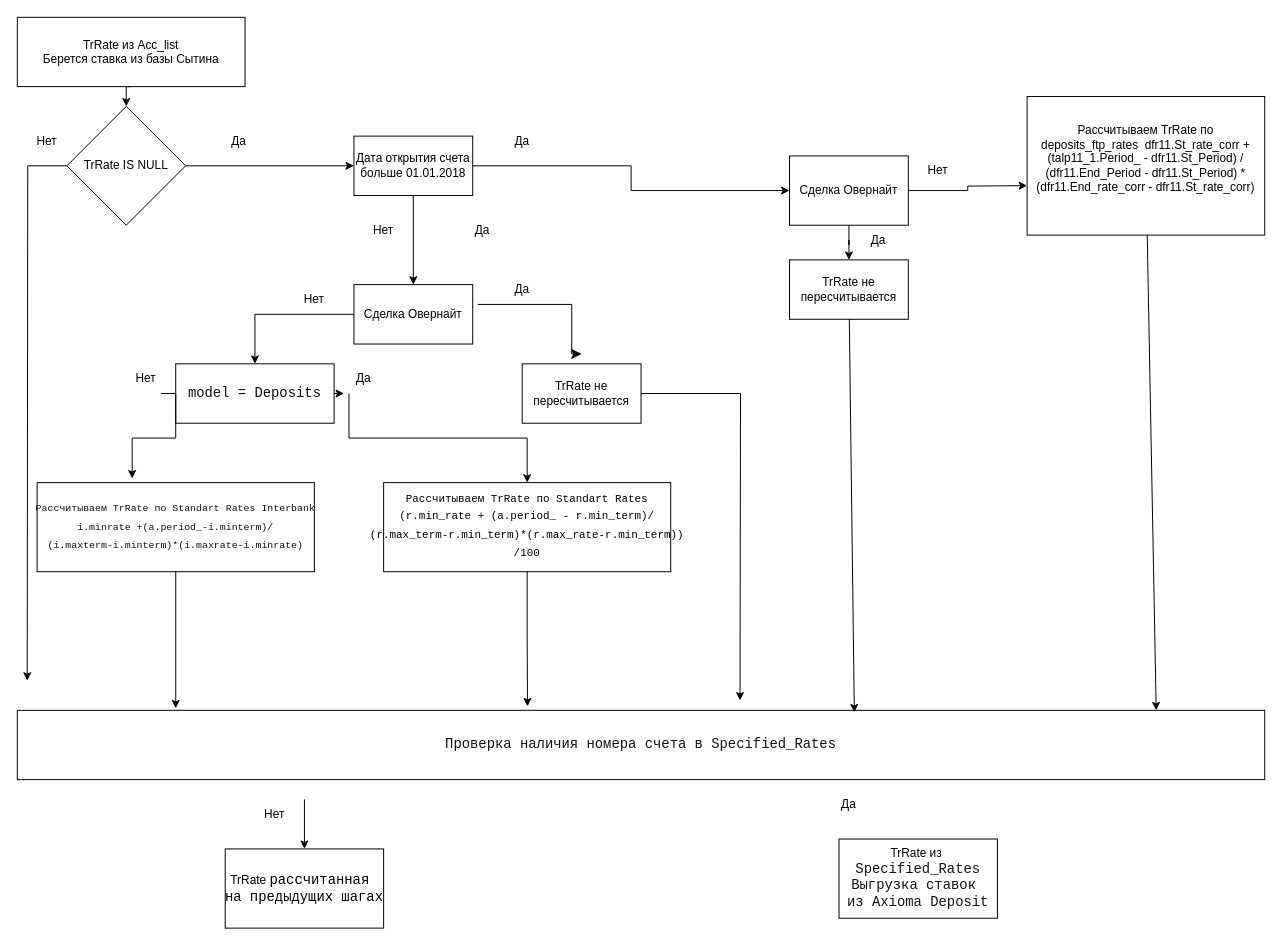
Before: page "Депозит" (1 of 2) of Диаграмма без названия.drawio in NATALYAAAAAAAA/potter, a draw.io diagram. Source tidied: cells renumbered, new cells numbered last; positions are measured from the earlier drawing's top-left corner, leaving out a move shared by most shapes. Both pictures are drawn from the tidied source at 99%, with x=0, y=0 at pixel (17, 17).
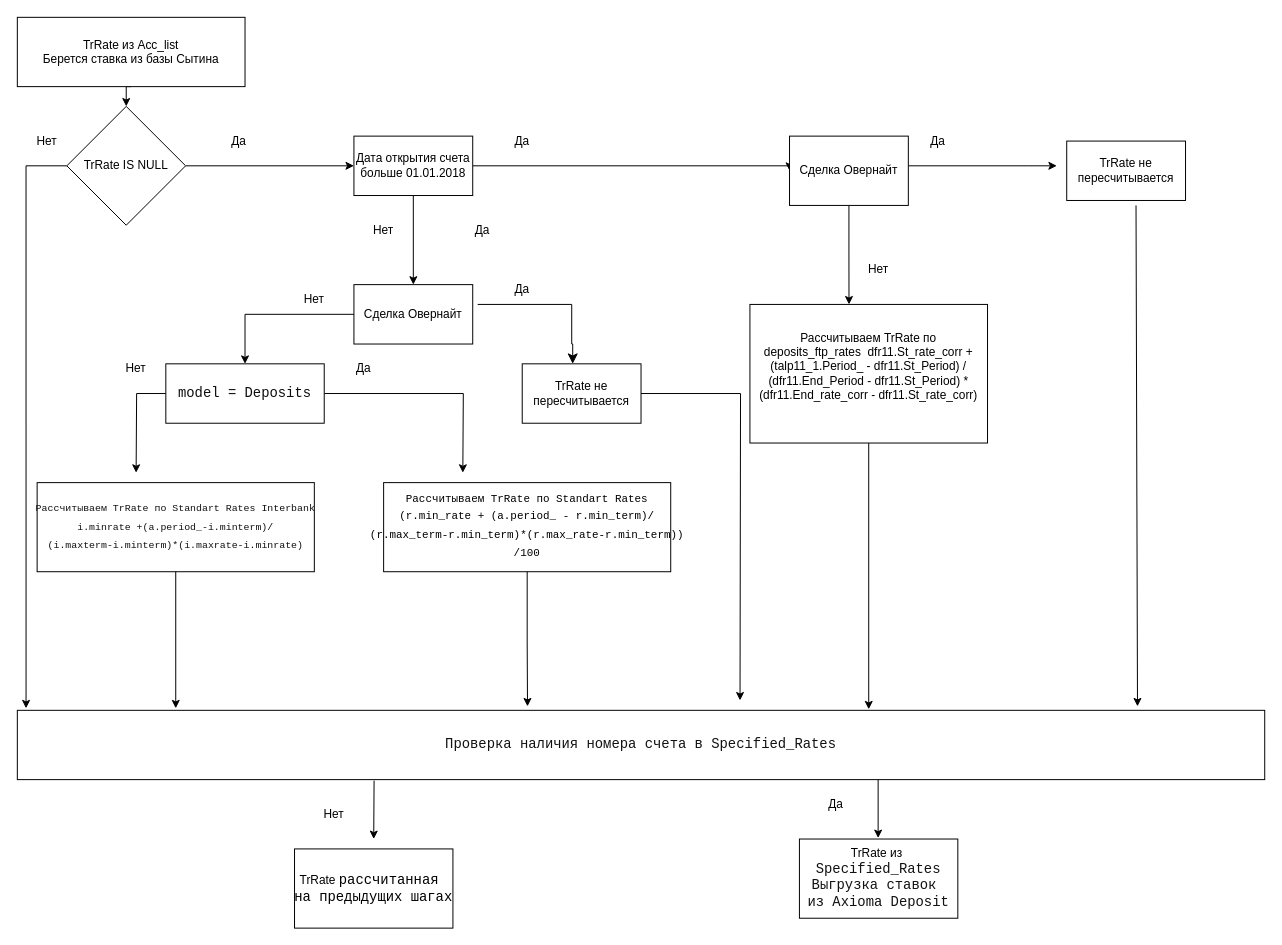
Above is the later version.

Unchanged cells that the change refers to:
```xml
<mxCell id="6" value="TrRate IS NULL" style="rhombus;whiteSpace=wrap;html=1;" parent="1" vertex="1">
  <mxGeometry x="50" y="90" width="120" height="120" as="geometry" />
</mxCell>
<mxCell id="7" value="&lt;div style=&quot;line-height: 19px;&quot;&gt;&lt;font face=&quot;Consolas, Courier New, monospace&quot; style=&quot;color: light-dark(rgb(18, 18, 18), rgb(62, 62, 62));&quot;&gt;&lt;span style=&quot;font-size: 14px; white-space: pre;&quot;&gt;Проверка наличия номера счета в Specified_Rates&lt;/span&gt;&lt;/font&gt;&lt;/div&gt;" style="rounded=0;whiteSpace=wrap;html=1;" parent="1" vertex="1">
  <mxGeometry y="700" width="1260" height="70" as="geometry" />
</mxCell>
<mxCell id="14" value="Дата открытия счета больше 01.01.2018" style="rounded=0;whiteSpace=wrap;html=1;" parent="1" vertex="1">
  <mxGeometry x="340" y="120" width="120" height="60" as="geometry" />
</mxCell>
<mxCell id="36" value="&lt;div style=&quot;font-family: Consolas, &amp;quot;Courier New&amp;quot;, monospace; line-height: 19px; white-space: pre;&quot;&gt;&lt;font style=&quot;color: light-dark(rgb(18, 17, 17), rgb(62, 62, 62)); font-size: 10px;&quot;&gt;Рассчитываем TrRate по Standart Rates Interbank&lt;/font&gt;&lt;/div&gt;&lt;div style=&quot;font-family: Consolas, &amp;quot;Courier New&amp;quot;, monospace; line-height: 19px; white-space: pre;&quot;&gt;&lt;font style=&quot;color: light-dark(rgb(18, 17, 17), rgb(62, 62, 62)); font-size: 10px;&quot;&gt;i.minrate +(a.period_-i.minterm)/&lt;/font&gt;&lt;/div&gt;&lt;div style=&quot;font-family: Consolas, &amp;quot;Courier New&amp;quot;, monospace; line-height: 19px; white-space: pre;&quot;&gt;&lt;font style=&quot;color: light-dark(rgb(18, 17, 17), rgb(62, 62, 62)); font-size: 10px;&quot;&gt;(i.maxterm-i.minterm)*(i.maxrate-i.minrate)&lt;/font&gt;&lt;/div&gt;" style="rounded=0;whiteSpace=wrap;html=1;" parent="1" vertex="1">
  <mxGeometry x="20" y="470" width="280" height="90" as="geometry" />
</mxCell>
<mxCell id="38" value="&lt;span style=&quot;font-family: Consolas, &amp;quot;Courier New&amp;quot;, monospace; white-space: pre; background-color: light-dark(#ffffff, var(--ge-dark-color, #121212));&quot;&gt;&lt;font style=&quot;font-size: 11px;&quot;&gt;Рассчитываем TrRate по Standart Rates&lt;/font&gt;&lt;/span&gt;&lt;div&gt;&lt;span style=&quot;font-family: Consolas, &amp;quot;Courier New&amp;quot;, monospace; white-space: pre; background-color: light-dark(#ffffff, var(--ge-dark-color, #121212));&quot;&gt;&lt;div style=&quot;line-height: 19px;&quot;&gt;&lt;font style=&quot;color: rgb(0, 0, 0); font-size: 11px;&quot;&gt;(r.min_rate + (a.period_ - r.min_term)/&lt;/font&gt;&lt;/div&gt;&lt;div style=&quot;line-height: 19px;&quot;&gt;&lt;font style=&quot;color: rgb(0, 0, 0); font-size: 11px;&quot;&gt;(r.max_term-r.min_term)*(r.max_rate-r.min_term))&lt;/font&gt;&lt;/div&gt;&lt;div style=&quot;line-height: 19px;&quot;&gt;&lt;font style=&quot;color: rgb(0, 0, 0); font-size: 11px;&quot;&gt;/100&lt;/font&gt;&lt;/div&gt;&lt;/span&gt;&lt;/div&gt;" style="rounded=0;whiteSpace=wrap;html=1;" parent="1" vertex="1">
  <mxGeometry x="370" y="470" width="290" height="90" as="geometry" />
</mxCell>
<mxCell id="44" value="TrRate не пересчитывается" style="rounded=0;whiteSpace=wrap;html=1;" parent="1" vertex="1">
  <mxGeometry x="510" y="350" width="120" height="60" as="geometry" />
</mxCell>
```

Change to the diagram source:
```diff
@@
-    <mxCell id="5" style="edgeStyle=orthogonalEdgeStyle;rounded=0;jettySize=auto;html=1;" parent="1" edge="1" source="6">
+    <mxCell id="5" style="edgeStyle=orthogonalEdgeStyle;rounded=0;jettySize=auto;html=1;entryX=0.007;entryY=-0.029;entryDx=0;entryDy=0;entryPerimeter=0;exitX=0;exitY=0.5;exitDx=0;exitDy=0;" parent="1" edge="1" source="6" target="7">
       <mxGeometry relative="1" as="geometry">
-        <mxPoint x="10" y="670" as="targetPoint" />
+        <Array as="points">
+          <mxPoint x="9" y="150" />
+        </Array>
       </mxGeometry>
     </mxCell>
@@
     <mxCell id="8" value="TrRate из&amp;nbsp;&lt;div&gt;&lt;span style=&quot;color: rgb(18, 18, 18); font-family: Consolas, &amp;quot;Courier New&amp;quot;, monospace; font-size: 14px; white-space: pre;&quot;&gt;Specified_Rates&lt;/span&gt;&lt;/div&gt;&lt;div&gt;&lt;span style=&quot;color: rgb(18, 18, 18); font-family: Consolas, &amp;quot;Courier New&amp;quot;, monospace; font-size: 14px; white-space: pre;&quot;&gt;Выгрузка ставок &lt;/span&gt;&lt;/div&gt;&lt;div&gt;&lt;span style=&quot;color: rgb(18, 18, 18); font-family: Consolas, &amp;quot;Courier New&amp;quot;, monospace; font-size: 14px; white-space: pre;&quot;&gt;из Axioma Deposit&lt;/span&gt;&lt;/div&gt;" style="rounded=0;whiteSpace=wrap;html=1;" parent="1" vertex="1">
-      <mxGeometry x="830" y="830" width="160" height="80" as="geometry" />
+      <mxGeometry x="790" y="830" width="160" height="80" as="geometry" />
     </mxCell>
     <mxCell id="9" value="&lt;font style=&quot;color: rgb(0, 0, 0);&quot;&gt;TrRate &lt;font face=&quot;Consolas, Courier New, monospace&quot;&gt;&lt;span style=&quot;font-size: 14px; white-space: pre;&quot;&gt;рассчитанная &lt;/span&gt;&lt;/font&gt;&lt;/font&gt;&lt;div&gt;&lt;font style=&quot;color: rgb(0, 0, 0);&quot;&gt;&lt;font face=&quot;Consolas, Courier New, monospace&quot;&gt;&lt;span style=&quot;font-size: 14px; white-space: pre;&quot;&gt;на предыдущих шагах&lt;/span&gt;&lt;/font&gt;&lt;/font&gt;&lt;/div&gt;" style="rounded=0;whiteSpace=wrap;html=1;" parent="1" vertex="1">
-      <mxGeometry x="210" y="840" width="160" height="80" as="geometry" />
+      <mxGeometry x="280" y="840" width="160" height="80" as="geometry" />
     </mxCell>
@@
     <mxCell id="12" style="edgeStyle=orthogonalEdgeStyle;rounded=0;jettySize=auto;html=1;exitX=1;exitY=0.5;exitDx=0;exitDy=0;entryX=0;entryY=0.5;entryDx=0;entryDy=0;" parent="1" edge="1" source="14" target="25">
-      <mxGeometry relative="1" as="geometry" />
+      <mxGeometry relative="1" as="geometry">
+        <Array as="points">
+          <mxPoint x="780" y="150" />
+        </Array>
+      </mxGeometry>
     </mxCell>
@@
-    <mxCell id="21" style="edgeStyle=orthogonalEdgeStyle;rounded=0;jettySize=auto;html=1;exitX=1;exitY=0.5;exitDx=0;exitDy=0;" parent="1" edge="1" source="22">
-      <mxGeometry relative="1" as="geometry">
-        <mxPoint x="330" y="380" as="targetPoint" />
-      </mxGeometry>
-    </mxCell>
+    <mxCell id="47" style="edgeStyle=orthogonalEdgeStyle;rounded=0;jettySize=auto;html=1;" parent="1" edge="1" source="22">
+      <mxGeometry relative="1" as="geometry">
+        <mxPoint x="120" y="460" as="targetPoint" />
+      </mxGeometry>
+    </mxCell>
+    <mxCell id="48" style="edgeStyle=orthogonalEdgeStyle;rounded=0;jettySize=auto;html=1;exitX=1;exitY=0.5;exitDx=0;exitDy=0;" parent="1" edge="1" source="22">
+      <mxGeometry relative="1" as="geometry">
+        <mxPoint x="450" y="460" as="targetPoint" />
+      </mxGeometry>
+    </mxCell>
     <mxCell id="22" value="&lt;div style=&quot;font-family: Consolas, &amp;quot;Courier New&amp;quot;, monospace; font-size: 14px; line-height: 19px; white-space: pre;&quot;&gt;&lt;span&gt;&lt;font style=&quot;color: light-dark(rgb(13, 13, 13), rgb(62, 62, 62));&quot;&gt;model = Deposits&lt;/font&gt;&lt;/span&gt;&lt;/div&gt;" style="rounded=0;whiteSpace=wrap;html=1;" parent="1" vertex="1">
-      <mxGeometry x="160" y="350" width="160" height="60" as="geometry" />
+      <mxGeometry x="150" y="350" width="160" height="60" as="geometry" />
     </mxCell>
     <mxCell id="23" style="edgeStyle=orthogonalEdgeStyle;rounded=0;jettySize=auto;html=1;" parent="1" edge="1" source="25">
       <mxGeometry relative="1" as="geometry">
-        <mxPoint x="1020" y="170" as="targetPoint" />
+        <mxPoint x="1050" y="150" as="targetPoint" />
+        <Array as="points">
+          <mxPoint x="1020" y="150" />
+        </Array>
       </mxGeometry>
     </mxCell>
-    <mxCell id="24" style="edgeStyle=orthogonalEdgeStyle;rounded=0;jettySize=auto;html=1;" parent="1" edge="1" source="25" target="27">
+    <mxCell id="24" style="edgeStyle=orthogonalEdgeStyle;rounded=0;jettySize=auto;html=1;entryX=0.417;entryY=0;entryDx=0;entryDy=0;entryPerimeter=0;" parent="1" edge="1" source="25" target="29">
       <mxGeometry relative="1" as="geometry" />
     </mxCell>
     <mxCell id="25" value="Сделка Овернайт" style="rounded=0;whiteSpace=wrap;html=1;" parent="1" vertex="1">
-      <mxGeometry x="780" y="140" width="120" height="70" as="geometry" />
+      <mxGeometry x="780" y="120" width="120" height="70" as="geometry" />
     </mxCell>
     <mxCell id="26" value="Нет" style="text;html=1;whiteSpace=wrap;strokeColor=none;fillColor=none;align=center;verticalAlign=middle;rounded=0;" parent="1" vertex="1">
-      <mxGeometry x="900" y="140" width="60" height="30" as="geometry" />
+      <mxGeometry x="840" y="240" width="60" height="30" as="geometry" />
     </mxCell>
-    <mxCell id="27" value="TrRate не пересчитывается" style="rounded=0;whiteSpace=wrap;html=1;" parent="1" vertex="1">
-      <mxGeometry x="780" y="245" width="120" height="60" as="geometry" />
-    </mxCell>
     <mxCell id="28" value="Да" style="text;html=1;whiteSpace=wrap;strokeColor=none;fillColor=none;align=center;verticalAlign=middle;rounded=0;" parent="1" vertex="1">
-      <mxGeometry x="840" y="210" width="60" height="30" as="geometry" />
+      <mxGeometry x="900" y="110" width="60" height="30" as="geometry" />
     </mxCell>
-    <mxCell id="29" value="&lt;div&gt;Рассчитываем TrRate по deposits_ftp_rates&amp;nbsp;&amp;nbsp;dfr11.St_rate_corr + (talp11_1.Period_ - dfr11.St_Period) / (dfr11.End_Period - dfr11.St_Period) * (dfr11.End_rate_corr - dfr11.St_rate_corr)&lt;/div&gt;&lt;div&gt;&amp;nbsp; &amp;nbsp; &amp;nbsp; &amp;nbsp; &amp;nbsp; &amp;nbsp; &amp;nbsp; &amp;nbsp; &amp;nbsp; &amp;nbsp;&amp;nbsp;&lt;br&gt;&lt;/div&gt;" style="rounded=0;whiteSpace=wrap;html=1;" parent="1" vertex="1">
-      <mxGeometry x="1020" y="80" width="240" height="140" as="geometry" />
-    </mxCell>
-    <mxCell id="30" style="edgeStyle=none;rounded=0;jettySize=auto;html=1;exitX=1;exitY=0;exitDx=0;exitDy=0;entryX=0.5;entryY=0;entryDx=0;entryDy=0;" parent="1" edge="1" source="31" target="9">
-      <mxGeometry relative="1" as="geometry" />
+    <mxCell id="30" style="edgeStyle=none;rounded=0;jettySize=auto;html=1;exitX=0.286;exitY=1.014;exitDx=0;exitDy=0;exitPerimeter=0;" parent="1" edge="1" source="7">
+      <mxGeometry relative="1" as="geometry">
+        <mxPoint x="360" y="830" as="targetPoint" />
+      </mxGeometry>
     </mxCell>
     <mxCell id="31" value="Нет" style="text;html=1;whiteSpace=wrap;strokeColor=none;fillColor=none;align=center;verticalAlign=middle;rounded=0;" parent="1" vertex="1">
-      <mxGeometry x="230" y="790" width="60" height="30" as="geometry" />
+      <mxGeometry x="290" y="790" width="60" height="30" as="geometry" />
     </mxCell>
     <mxCell id="32" value="Да" style="text;html=1;whiteSpace=wrap;strokeColor=none;fillColor=none;align=center;verticalAlign=middle;rounded=0;" parent="1" vertex="1">
-      <mxGeometry x="810" y="780" width="60" height="30" as="geometry" />
+      <mxGeometry x="797" y="780" width="60" height="30" as="geometry" />
     </mxCell>
     <mxCell id="33" value="Нет" style="text;html=1;whiteSpace=wrap;strokeColor=none;fillColor=none;align=center;verticalAlign=middle;rounded=0;" parent="1" vertex="1">
-      <mxGeometry x="100" y="350" width="60" height="30" as="geometry" />
+      <mxGeometry x="90" y="340" width="60" height="30" as="geometry" />
     </mxCell>
-    <mxCell id="34" style="edgeStyle=orthogonalEdgeStyle;rounded=0;jettySize=auto;html=1;exitX=0.25;exitY=1;exitDx=0;exitDy=0;" parent="1" edge="1" source="35" target="38">
-      <mxGeometry relative="1" as="geometry" />
-    </mxCell>
     <mxCell id="35" value="Да" style="text;html=1;whiteSpace=wrap;strokeColor=none;fillColor=none;align=center;verticalAlign=middle;rounded=0;" parent="1" vertex="1">
-      <mxGeometry x="320" y="350" width="60" height="30" as="geometry" />
+      <mxGeometry x="320" y="340" width="60" height="30" as="geometry" />
     </mxCell>
@@
-    <mxCell id="37" style="edgeStyle=orthogonalEdgeStyle;rounded=0;jettySize=auto;html=1;exitX=0.75;exitY=1;exitDx=0;exitDy=0;entryX=0.343;entryY=-0.047;entryDx=0;entryDy=0;entryPerimeter=0;" parent="1" edge="1" source="33" target="36">
-      <mxGeometry relative="1" as="geometry">
-        <Array as="points">
-          <mxPoint x="160" y="380" />
-          <mxPoint x="160" y="425" />
-          <mxPoint x="116" y="425" />
-        </Array>
-      </mxGeometry>
-    </mxCell>
@@
-    <mxCell id="41" style="edgeStyle=segmentEdgeStyle;endArrow=classic;html=1;curved=0;rounded=0;endSize=8;startSize=8;sourcePerimeterSpacing=0;targetPerimeterSpacing=0;" parent="1" edge="1">
+    <mxCell id="41" style="edgeStyle=segmentEdgeStyle;endArrow=classic;html=1;curved=0;rounded=0;endSize=8;startSize=8;sourcePerimeterSpacing=0;targetPerimeterSpacing=0;entryX=0.425;entryY=0;entryDx=0;entryDy=0;entryPerimeter=0;" parent="1" edge="1" target="44">
       <mxGeometry relative="1" as="geometry">
         <mxPoint x="465" y="290" as="sourcePoint" />
-        <mxPoint x="570" y="340" as="targetPoint" />
         <Array as="points">
           <mxPoint x="560" y="290" />
-          <mxPoint x="560" y="340" />
+          <mxPoint x="560" y="330" />
         </Array>
       </mxGeometry>
     </mxCell>
@@
-    <mxCell id="45" style="edgeStyle=none;rounded=0;jettySize=auto;html=1;entryX=0.671;entryY=0.029;entryDx=0;entryDy=0;entryPerimeter=0;" parent="1" edge="1" source="27" target="7">
-      <mxGeometry relative="1" as="geometry" />
+    <mxCell id="45" style="edgeStyle=none;rounded=0;jettySize=auto;html=1;exitX=0.5;exitY=1;exitDx=0;exitDy=0;" parent="1" edge="1" source="29">
+      <mxGeometry relative="1" as="geometry">
+        <mxPoint x="860" y="699" as="targetPoint" />
+      </mxGeometry>
     </mxCell>
-    <mxCell id="46" style="edgeStyle=none;rounded=0;jettySize=auto;html=1;entryX=0.913;entryY=0;entryDx=0;entryDy=0;entryPerimeter=0;" parent="1" edge="1" source="29" target="7">
-      <mxGeometry relative="1" as="geometry" />
+    <mxCell id="46" style="edgeStyle=none;rounded=0;jettySize=auto;html=1;entryX=0.898;entryY=-0.057;entryDx=0;entryDy=0;entryPerimeter=0;" parent="1" edge="1" target="7">
+      <mxGeometry relative="1" as="geometry">
+        <mxPoint x="1130" y="190" as="sourcePoint" />
+        <Array as="points">
+          <mxPoint x="1130" y="190" />
+        </Array>
+      </mxGeometry>
     </mxCell>
+    <mxCell id="27" value="TrRate не пересчитывается" style="rounded=0;whiteSpace=wrap;html=1;" parent="1" vertex="1">
+      <mxGeometry x="1060" y="125" width="120" height="60" as="geometry" />
+    </mxCell>
+    <mxCell id="29" value="&lt;div&gt;Рассчитываем TrRate по deposits_ftp_rates&amp;nbsp;&amp;nbsp;dfr11.St_rate_corr + (talp11_1.Period_ - dfr11.St_Period) / (dfr11.End_Period - dfr11.St_Period) * (dfr11.End_rate_corr - dfr11.St_rate_corr)&lt;/div&gt;&lt;div&gt;&amp;nbsp; &amp;nbsp; &amp;nbsp; &amp;nbsp; &amp;nbsp; &amp;nbsp; &amp;nbsp; &amp;nbsp; &amp;nbsp; &amp;nbsp;&amp;nbsp;&lt;br&gt;&lt;/div&gt;" style="rounded=0;whiteSpace=wrap;html=1;" parent="1" vertex="1">
+      <mxGeometry x="740" y="290" width="240" height="140" as="geometry" />
+    </mxCell>
+    <mxCell id="49" style="edgeStyle=none;rounded=0;orthogonalLoop=1;jettySize=auto;html=1;exitX=0.286;exitY=1.014;exitDx=0;exitDy=0;exitPerimeter=0;" parent="1" edge="1">
+      <mxGeometry relative="1" as="geometry">
+        <mxPoint x="869.5" y="770" as="sourcePoint" />
+        <mxPoint x="869.5" y="829" as="targetPoint" />
+      </mxGeometry>
+    </mxCell>
```
